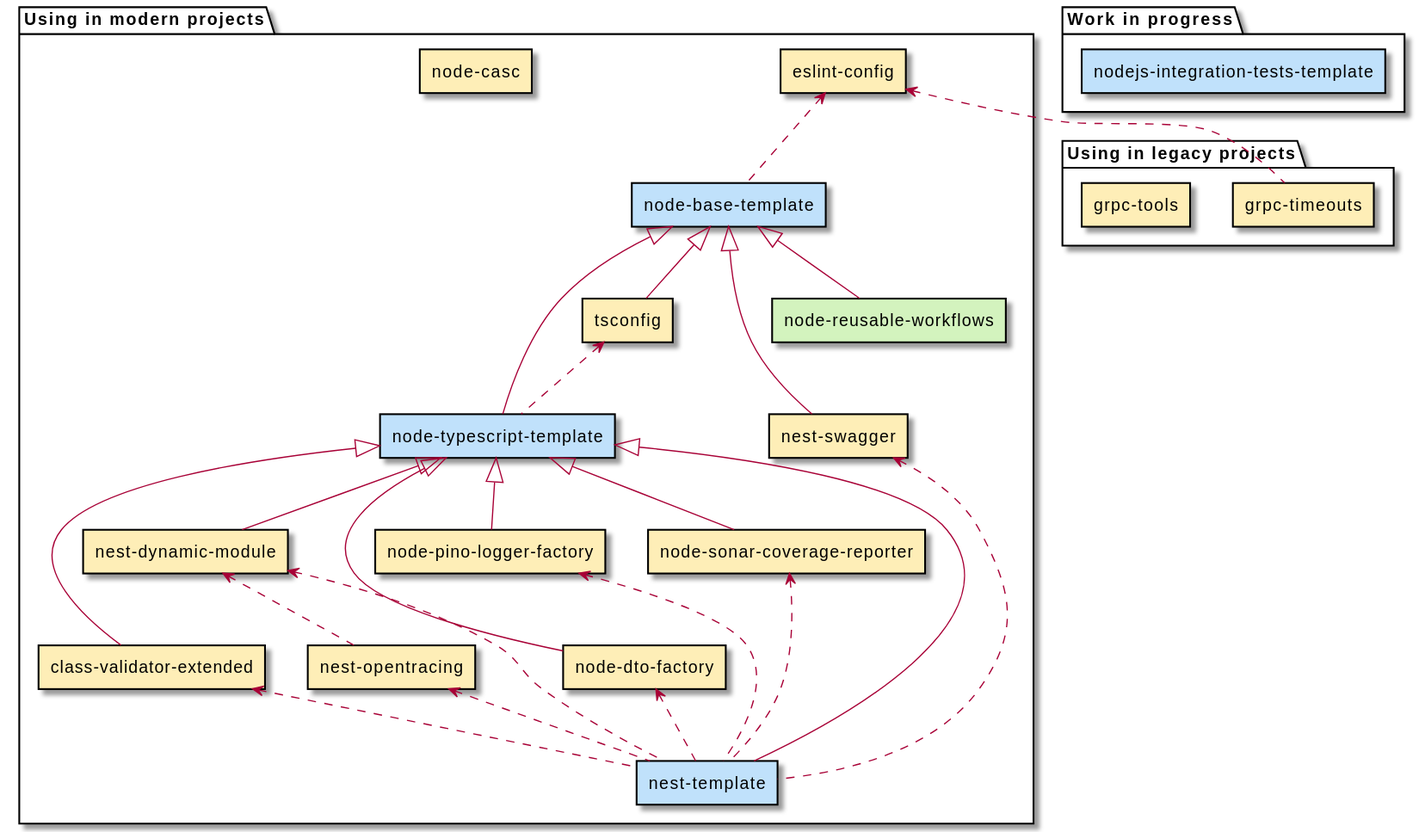
Earlier version of the PlantUML export docs/nodejs.svg (Byndyusoft/awesome-byndyusoft-opensource).
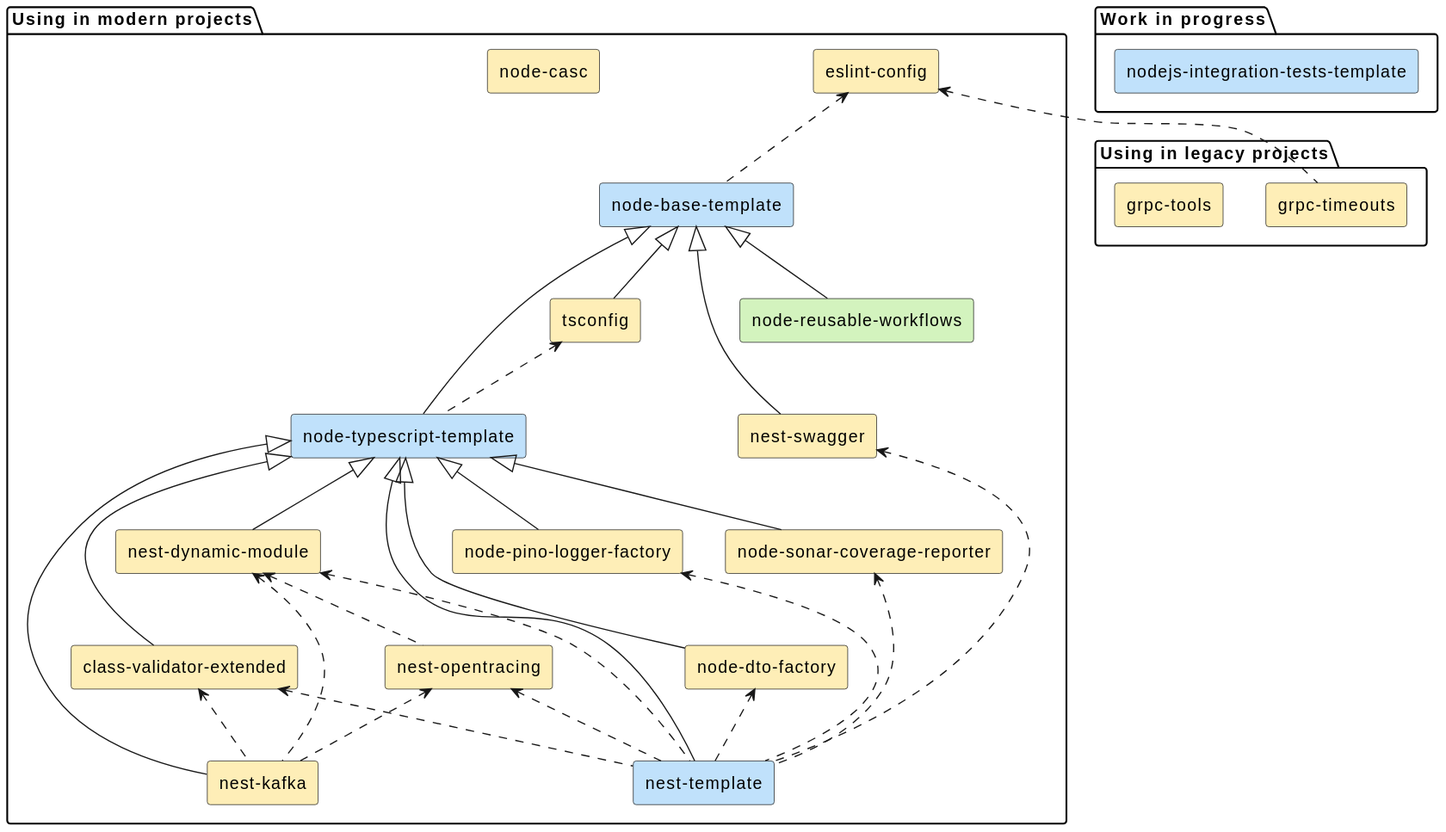
The same diagram one commit later.

What changed in the source:
```diff
@@ -10,6 +10,7 @@
   PACKAGE("class-validator-extended")
   PACKAGE("eslint-config")
   PACKAGE("nest-dynamic-module")
+  PACKAGE("nest-kafka")
   PACKAGE("nest-opentracing")
   PACKAGE("nest-swagger")
   PACKAGE("node-casc")
@@ -48,6 +49,11 @@
 
 EXTENDS("nest-dynamic-module", "node-typescript-template")
 
+EXTENDS("nest-kafka", "node-typescript-template")
+USE("nest-kafka", "class-validator-extended")
+USE("nest-kafka", "nest-dynamic-module")
+USE("nest-kafka", "nest-opentracing")
+
 USE("nest-opentracing", "nest-dynamic-module")
 
 EXTENDS("nest-swagger", "node-base-template")
```
